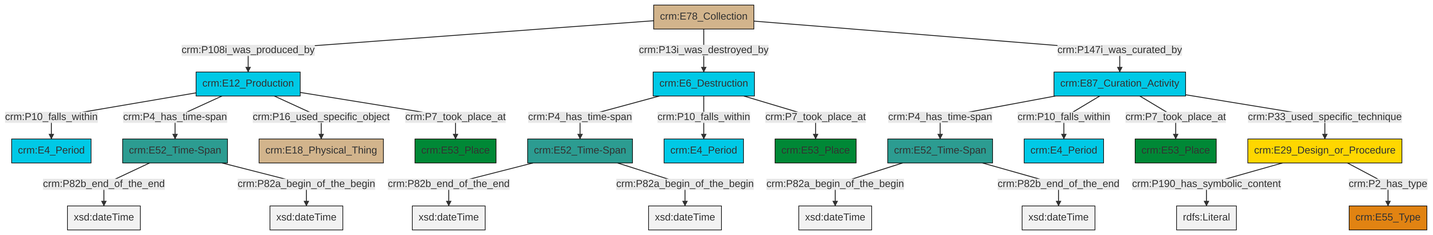
swiss-art-research-net/docs.swissartresearch keeps this Mermaid diagram as et/archivalCSV/ttl/mmd/png/archival_existence.png. Above is the earlier version. Its source is kept beside it as et/archivalCSV/ttl/mmd/archival_existence.ttl.mmd.
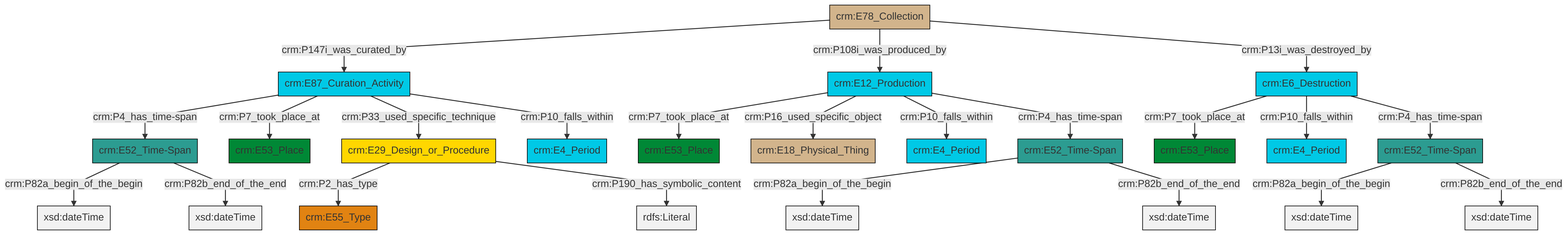
Later version of the same file.

What changed in the source:
```diff
@@ -13,25 +13,25 @@
 classDef PC_Classes fill:#4ce600, stroke:#000000;
 classDef Multi fill:#cccccc,stroke:#000000;
 
-0["crm:E87_Curation_Activity"]:::Temporal_Entity -->|crm:P4_has_time-span| 1["crm:E52_Time-Span"]:::Time-Span
-8["crm:E12_Production"]:::Temporal_Entity -->|crm:P10_falls_within| 2["crm:E4_Period"]:::Temporal_Entity
-9["crm:E78_Collection"]:::Physical_Thing -->|crm:P108i_was_produced_by| 8["crm:E12_Production"]:::Temporal_Entity
-10["crm:E29_Design_or_Procedure"]:::Conceptual_Object -->|crm:P190_has_symbolic_content| 11[rdfs:Literal]:::Literal
-12["crm:E52_Time-Span"]:::Time-Span -->|crm:P82b_end_of_the_end| 13[xsd:dateTime]:::Literal
-14["crm:E52_Time-Span"]:::Time-Span -->|crm:P82b_end_of_the_end| 15[xsd:dateTime]:::Literal
-10["crm:E29_Design_or_Procedure"]:::Conceptual_Object -->|crm:P2_has_type| 19["crm:E55_Type"]:::Type
-9["crm:E78_Collection"]:::Physical_Thing -->|crm:P13i_was_destroyed_by| 23["crm:E6_Destruction"]:::Temporal_Entity
-23["crm:E6_Destruction"]:::Temporal_Entity -->|crm:P4_has_time-span| 14["crm:E52_Time-Span"]:::Time-Span
-23["crm:E6_Destruction"]:::Temporal_Entity -->|crm:P10_falls_within| 26["crm:E4_Period"]:::Temporal_Entity
-8["crm:E12_Production"]:::Temporal_Entity -->|crm:P4_has_time-span| 12["crm:E52_Time-Span"]:::Time-Span
-1["crm:E52_Time-Span"]:::Time-Span -->|crm:P82a_begin_of_the_begin| 28[xsd:dateTime]:::Literal
-9["crm:E78_Collection"]:::Physical_Thing -->|crm:P147i_was_curated_by| 0["crm:E87_Curation_Activity"]:::Temporal_Entity
-1["crm:E52_Time-Span"]:::Time-Span -->|crm:P82b_end_of_the_end| 32[xsd:dateTime]:::Literal
-12["crm:E52_Time-Span"]:::Time-Span -->|crm:P82a_begin_of_the_begin| 35[xsd:dateTime]:::Literal
-0["crm:E87_Curation_Activity"]:::Temporal_Entity -->|crm:P10_falls_within| 4["crm:E4_Period"]:::Temporal_Entity
-0["crm:E87_Curation_Activity"]:::Temporal_Entity -->|crm:P7_took_place_at| 16["crm:E53_Place"]:::Place
-14["crm:E52_Time-Span"]:::Time-Span -->|crm:P82a_begin_of_the_begin| 36[xsd:dateTime]:::Literal
-23["crm:E6_Destruction"]:::Temporal_Entity -->|crm:P7_took_place_at| 6["crm:E53_Place"]:::Place
-8["crm:E12_Production"]:::Temporal_Entity -->|crm:P16_used_specific_object| 29["crm:E18_Physical_Thing"]:::Physical_Thing
-8["crm:E12_Production"]:::Temporal_Entity -->|crm:P7_took_place_at| 24["crm:E53_Place"]:::Place
-0["crm:E87_Curation_Activity"]:::Temporal_Entity -->|crm:P33_used_specific_technique| 10["crm:E29_Design_or_Procedure"]:::Conceptual_Object
+2["crm:E52_Time-Span"]:::Time-Span -->|crm:P82a_begin_of_the_begin| 3[xsd:dateTime]:::Literal
+2["crm:E52_Time-Span"]:::Time-Span -->|crm:P82b_end_of_the_end| 6[xsd:dateTime]:::Literal
+11["crm:E78_Collection"]:::Physical_Thing -->|crm:P147i_was_curated_by| 12["crm:E87_Curation_Activity"]:::Temporal_Entity
+11["crm:E78_Collection"]:::Physical_Thing -->|crm:P108i_was_produced_by| 13["crm:E12_Production"]:::Temporal_Entity
+13["crm:E12_Production"]:::Temporal_Entity -->|crm:P7_took_place_at| 14["crm:E53_Place"]:::Place
+18["crm:E6_Destruction"]:::Temporal_Entity -->|crm:P7_took_place_at| 19["crm:E53_Place"]:::Place
+15["crm:E52_Time-Span"]:::Time-Span -->|crm:P82a_begin_of_the_begin| 20[xsd:dateTime]:::Literal
+13["crm:E12_Production"]:::Temporal_Entity -->|crm:P16_used_specific_object| 0["crm:E18_Physical_Thing"]:::Physical_Thing
+15["crm:E52_Time-Span"]:::Time-Span -->|crm:P82b_end_of_the_end| 21[xsd:dateTime]:::Literal
+18["crm:E6_Destruction"]:::Temporal_Entity -->|crm:P10_falls_within| 9["crm:E4_Period"]:::Temporal_Entity
+11["crm:E78_Collection"]:::Physical_Thing -->|crm:P13i_was_destroyed_by| 18["crm:E6_Destruction"]:::Temporal_Entity
+12["crm:E87_Curation_Activity"]:::Temporal_Entity -->|crm:P4_has_time-span| 2["crm:E52_Time-Span"]:::Time-Span
+24["crm:E29_Design_or_Procedure"]:::Conceptual_Object -->|crm:P2_has_type| 22["crm:E55_Type"]:::Type
+13["crm:E12_Production"]:::Temporal_Entity -->|crm:P10_falls_within| 7["crm:E4_Period"]:::Temporal_Entity
+24["crm:E29_Design_or_Procedure"]:::Conceptual_Object -->|crm:P190_has_symbolic_content| 31[rdfs:Literal]:::Literal
+13["crm:E12_Production"]:::Temporal_Entity -->|crm:P4_has_time-span| 15["crm:E52_Time-Span"]:::Time-Span
+12["crm:E87_Curation_Activity"]:::Temporal_Entity -->|crm:P7_took_place_at| 4["crm:E53_Place"]:::Place
+12["crm:E87_Curation_Activity"]:::Temporal_Entity -->|crm:P33_used_specific_technique| 24["crm:E29_Design_or_Procedure"]:::Conceptual_Object
+33["crm:E52_Time-Span"]:::Time-Span -->|crm:P82a_begin_of_the_begin| 34[xsd:dateTime]:::Literal
+33["crm:E52_Time-Span"]:::Time-Span -->|crm:P82b_end_of_the_end| 36[xsd:dateTime]:::Literal
+12["crm:E87_Curation_Activity"]:::Temporal_Entity -->|crm:P10_falls_within| 29["crm:E4_Period"]:::Temporal_Entity
+18["crm:E6_Destruction"]:::Temporal_Entity -->|crm:P4_has_time-span| 33["crm:E52_Time-Span"]:::Time-Span
```
